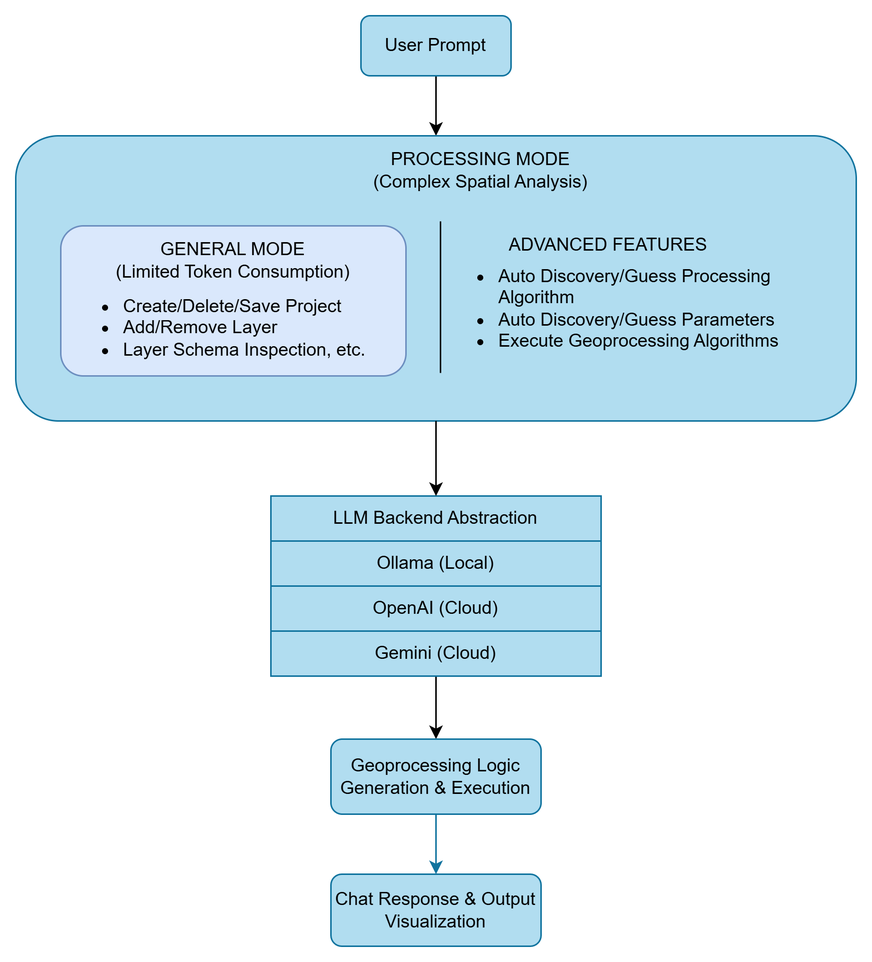
Earlier version of the draw.io export paper/figs/geoagent_overall_architecture.png (iamtekson/GeoAgent). Source tidied: cells renumbered, new cells last; positions are measured from the earlier drawing's top-left corner, leaving out a move shared by most shapes. Its diagram source:
```xml
<mxGraphModel>
  <root>
    <mxCell id="0" />
    <mxCell id="1" parent="0" />
    <mxCell id="2" style="edgeStyle=orthogonalEdgeStyle;rounded=0;jettySize=auto;html=1;entryX=0.5;entryY=0;entryDx=0;entryDy=0;exitX=0.5;exitY=1;exitDx=0;exitDy=0;" parent="1" edge="1" source="3" target="13">
      <mxGeometry relative="1" as="geometry" />
    </mxCell>
    <mxCell id="3" value="User Prompt" style="rounded=1;whiteSpace=wrap;html=1;fillColor=#b1ddf0;strokeColor=#10739e;" parent="1" vertex="1">
      <mxGeometry x="230" width="100" height="40" as="geometry" />
    </mxCell>
    <mxCell id="4" style="edgeStyle=orthogonalEdgeStyle;rounded=0;jettySize=auto;html=1;" parent="1" edge="1" source="5" target="10">
      <mxGeometry relative="1" as="geometry" />
    </mxCell>
    <mxCell id="5" value="LLM Backend Abstraction" style="swimlane;fontStyle=0;horizontal=1;startSize=30;whiteSpace=wrap;html=1;fillColor=#b1ddf0;strokeColor=#10739e;" parent="1" vertex="1">
      <mxGeometry x="170" y="320" width="220" height="120" as="geometry" />
    </mxCell>
    <mxCell id="6" value="Ollama (Local)" style="text;strokeColor=#10739e;fillColor=#b1ddf0;align=center;verticalAlign=middle;spacingLeft=4;spacingRight=4;overflow=hidden;whiteSpace=wrap;html=1;" parent="5" vertex="1">
      <mxGeometry y="30" width="220" height="30" as="geometry" />
    </mxCell>
    <mxCell id="7" value="OpenAI (Cloud)" style="text;strokeColor=#10739e;fillColor=#b1ddf0;align=center;verticalAlign=middle;spacingLeft=4;spacingRight=4;overflow=hidden;whiteSpace=wrap;html=1;" parent="5" vertex="1">
      <mxGeometry y="60" width="220" height="30" as="geometry" />
    </mxCell>
    <mxCell id="8" value="Gemini (Cloud)" style="text;strokeColor=#10739e;fillColor=#b1ddf0;align=center;verticalAlign=middle;spacingLeft=4;spacingRight=4;overflow=hidden;whiteSpace=wrap;html=1;" parent="5" vertex="1">
      <mxGeometry y="90" width="220" height="30" as="geometry" />
    </mxCell>
    <mxCell id="9" style="edgeStyle=orthogonalEdgeStyle;rounded=0;jettySize=auto;html=1;fillColor=#b1ddf0;strokeColor=#10739e;" parent="1" edge="1" source="10" target="11">
      <mxGeometry relative="1" as="geometry" />
    </mxCell>
    <mxCell id="10" value="Geoprocessing Logic Generation &amp;amp; Execution" style="rounded=1;whiteSpace=wrap;html=1;fillColor=#b1ddf0;strokeColor=#10739e;" parent="1" vertex="1">
      <mxGeometry x="210" y="482" width="140" height="50" as="geometry" />
    </mxCell>
    <mxCell id="11" value="Chat Response &amp;amp; Output Visualization" style="whiteSpace=wrap;html=1;rounded=1;fillColor=#b1ddf0;strokeColor=#10739e;" parent="1" vertex="1">
      <mxGeometry x="210" y="572" width="140" height="48" as="geometry" />
    </mxCell>
    <mxCell id="12" style="group;" parent="1" vertex="1">
      <mxGeometry y="80" width="560" height="190" as="geometry" />
    </mxCell>
    <mxCell id="13" style="rounded=1;whiteSpace=wrap;html=1;fillColor=#b1ddf0;strokeColor=#10739e;" parent="12" vertex="1">
      <mxGeometry width="560" height="190" as="geometry" />
    </mxCell>
    <mxCell id="14" value="&lt;div&gt;PROCESSING MODE&lt;/div&gt;&lt;div&gt;(Complex Spatial Analysis)&lt;/div&gt;" style="text;html=1;whiteSpace=wrap;strokeColor=none;fillColor=none;align=center;verticalAlign=middle;rounded=0;" parent="12" vertex="1">
      <mxGeometry x="210" width="200" height="45" as="geometry" />
    </mxCell>
    <mxCell id="15" value="&lt;ul&gt;&lt;li&gt;Auto Discovery/Guess Processing Algorithm&lt;/li&gt;&lt;li&gt;Auto Discovery/Guess Parameters&lt;/li&gt;&lt;li&gt;Execute Geoprocessing Algorithms&lt;/li&gt;&lt;/ul&gt;" style="text;html=1;whiteSpace=wrap;strokeColor=none;fillColor=none;align=left;verticalAlign=middle;rounded=0;labelPosition=center;verticalLabelPosition=middle;" parent="12" vertex="1">
      <mxGeometry x="280" y="75" width="230" height="80" as="geometry" />
    </mxCell>
    <mxCell id="16" style="rounded=1;whiteSpace=wrap;html=1;fillColor=#dae8fc;strokeColor=#6c8ebf;" parent="12" vertex="1">
      <mxGeometry x="30" y="60" width="230" height="100" as="geometry" />
    </mxCell>
    <mxCell id="17" value="&lt;div&gt;GENERAL MODE&lt;/div&gt;&lt;div&gt;(Limited Token Consumption)&lt;/div&gt;" style="text;html=1;whiteSpace=wrap;strokeColor=none;fillColor=none;align=center;verticalAlign=middle;rounded=0;" parent="12" vertex="1">
      <mxGeometry x="45" y="60" width="200" height="45" as="geometry" />
    </mxCell>
    <mxCell id="18" value="&lt;ul&gt;&lt;li&gt;Create/Delete/Save Project&lt;/li&gt;&lt;li&gt;Add/Remove Layer&lt;/li&gt;&lt;li style=&quot;&quot;&gt;Layer Schema Inspection, etc.&lt;/li&gt;&lt;/ul&gt;" style="text;html=1;whiteSpace=wrap;strokeColor=none;fillColor=none;align=left;verticalAlign=middle;rounded=0;labelPosition=center;verticalLabelPosition=middle;" parent="12" vertex="1">
      <mxGeometry x="30" y="98" width="230" height="60" as="geometry" />
    </mxCell>
    <mxCell id="19" style="endArrow=none;html=1;rounded=0;" parent="12" edge="1">
      <mxGeometry relative="1" as="geometry">
        <mxPoint x="283" y="158" as="sourcePoint" />
        <mxPoint x="283" y="57" as="targetPoint" />
      </mxGeometry>
    </mxCell>
    <mxCell id="20" value="&lt;div&gt;ADVANCED FEATURES&lt;/div&gt;" style="text;html=1;whiteSpace=wrap;strokeColor=none;fillColor=none;align=center;verticalAlign=middle;rounded=0;" parent="12" vertex="1">
      <mxGeometry x="295" y="60" width="200" height="25" as="geometry" />
    </mxCell>
    <mxCell id="21" style="edgeStyle=orthogonalEdgeStyle;rounded=0;jettySize=auto;html=1;" parent="1" edge="1" source="13">
      <mxGeometry relative="1" as="geometry">
        <mxPoint x="280" y="320" as="targetPoint" />
      </mxGeometry>
    </mxCell>
  </root>
</mxGraphModel>
```
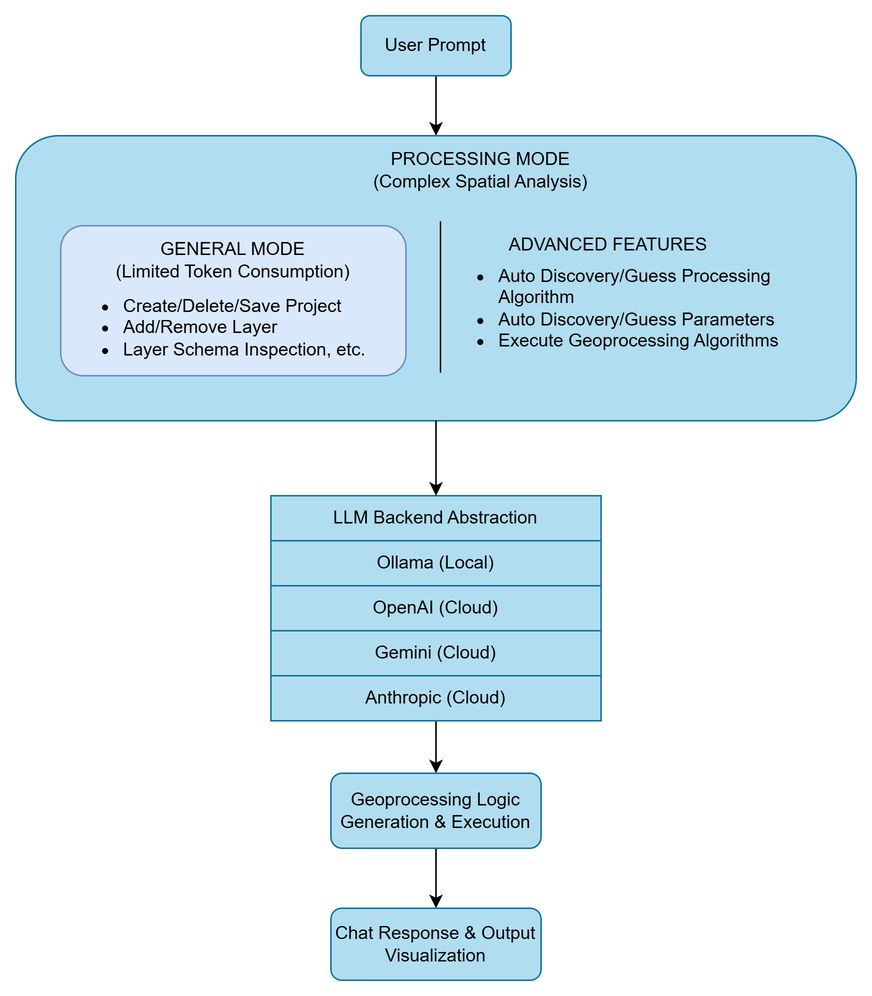
After the commit.

Commit message:
added anthropic model in overall architecture

What changed in the source:
```diff
@@ -23,14 +23,14 @@
     <mxCell id="8" value="Gemini (Cloud)" style="text;strokeColor=#10739e;fillColor=#b1ddf0;align=center;verticalAlign=middle;spacingLeft=4;spacingRight=4;overflow=hidden;whiteSpace=wrap;html=1;" parent="5" vertex="1">
       <mxGeometry y="90" width="220" height="30" as="geometry" />
     </mxCell>
-    <mxCell id="9" style="edgeStyle=orthogonalEdgeStyle;rounded=0;jettySize=auto;html=1;fillColor=#b1ddf0;strokeColor=#10739e;" parent="1" edge="1" source="10" target="11">
+    <mxCell id="9" style="edgeStyle=orthogonalEdgeStyle;rounded=0;jettySize=auto;html=1;" parent="1" edge="1" source="10" target="11">
       <mxGeometry relative="1" as="geometry" />
     </mxCell>
     <mxCell id="10" value="Geoprocessing Logic Generation &amp;amp; Execution" style="rounded=1;whiteSpace=wrap;html=1;fillColor=#b1ddf0;strokeColor=#10739e;" parent="1" vertex="1">
-      <mxGeometry x="210" y="482" width="140" height="50" as="geometry" />
+      <mxGeometry x="210" y="505" width="140" height="50" as="geometry" />
     </mxCell>
     <mxCell id="11" value="Chat Response &amp;amp; Output Visualization" style="whiteSpace=wrap;html=1;rounded=1;fillColor=#b1ddf0;strokeColor=#10739e;" parent="1" vertex="1">
-      <mxGeometry x="210" y="572" width="140" height="48" as="geometry" />
+      <mxGeometry x="210" y="595" width="140" height="48" as="geometry" />
     </mxCell>
     <mxCell id="12" style="group;" parent="1" vertex="1">
       <mxGeometry y="80" width="560" height="190" as="geometry" />
@@ -67,5 +67,8 @@
         <mxPoint x="280" y="320" as="targetPoint" />
       </mxGeometry>
     </mxCell>
+    <mxCell id="22" value="Anthropic (Cloud)" style="text;strokeColor=#10739e;fillColor=#b1ddf0;align=center;verticalAlign=middle;spacingLeft=4;spacingRight=4;overflow=hidden;whiteSpace=wrap;html=1;" parent="1" vertex="1">
+      <mxGeometry x="170" y="440" width="220" height="30" as="geometry" />
+    </mxCell>
   </root>
 </mxGraphModel>
```
